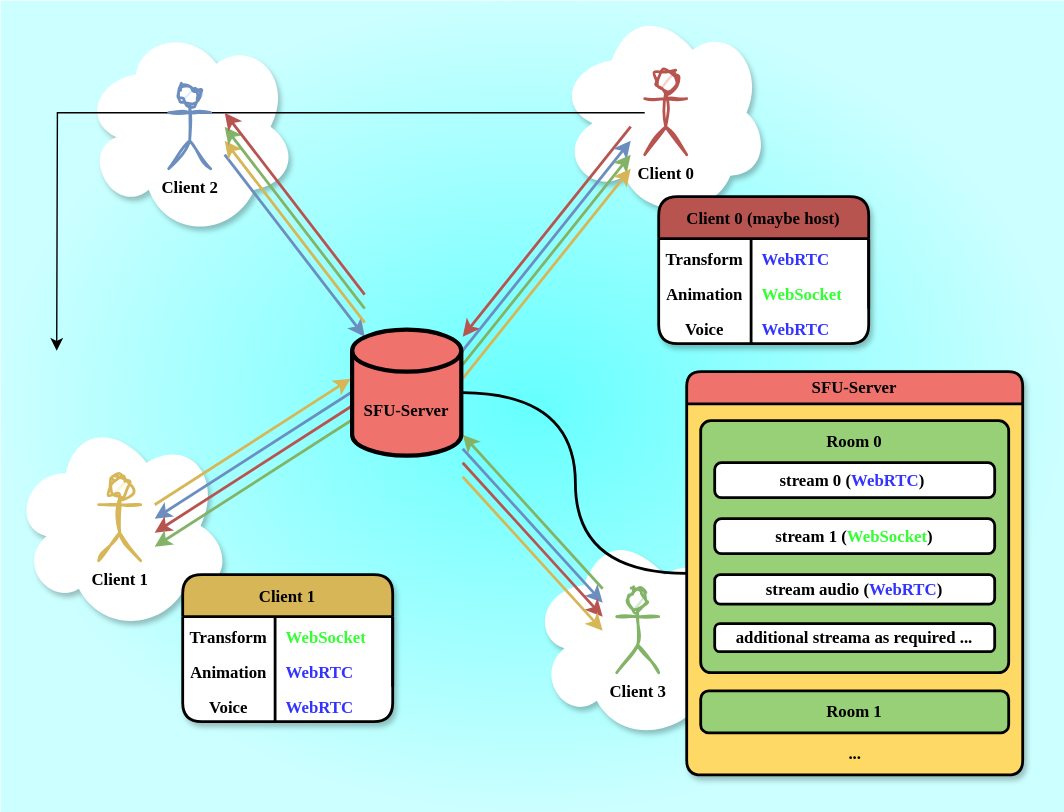
Above: media/graph.0.drawio.svg in TLabAltoh/rust-server-for-multiplayer (draw.io), before the change. Source tidied: cells renumbered, new cells last; positions are measured from the earlier drawing's top-left corner, leaving out a move shared by most shapes. Source of this version:
```xml
<mxGraphModel>
  <root>
    <mxCell id="0" />
    <mxCell id="1" parent="0" />
    <mxCell id="2" style="rounded=0;whiteSpace=wrap;html=1;arcSize=3;strokeColor=none;fillColor=#66FFFF;gradientColor=#CCFFFF;gradientDirection=radial;" parent="1" vertex="1">
      <mxGeometry width="760" height="580" as="geometry" />
    </mxCell>
    <mxCell id="3" style="ellipse;shape=cloud;whiteSpace=wrap;html=1;strokeColor=none;strokeWidth=2;sketch=1;curveFitting=1;jiggle=2;shadow=1;" parent="1" vertex="1">
      <mxGeometry x="378" y="380" width="154" height="150" as="geometry" />
    </mxCell>
    <mxCell id="4" style="ellipse;shape=cloud;whiteSpace=wrap;html=1;strokeColor=none;strokeWidth=2;sketch=1;curveFitting=1;jiggle=2;shadow=1;gradientColor=none;gradientDirection=radial;fillColor=default;" parent="1" vertex="1">
      <mxGeometry x="398" y="5" width="154" height="150" as="geometry" />
    </mxCell>
    <mxCell id="5" style="ellipse;shape=cloud;whiteSpace=wrap;html=1;strokeColor=none;strokeWidth=2;sketch=1;curveFitting=1;jiggle=2;shadow=1;" parent="1" vertex="1">
      <mxGeometry x="8" y="300" width="154" height="150" as="geometry" />
    </mxCell>
    <mxCell id="6" style="ellipse;shape=cloud;whiteSpace=wrap;html=1;strokeColor=none;strokeWidth=2;sketch=1;curveFitting=1;jiggle=2;shadow=1;" parent="1" vertex="1">
      <mxGeometry x="58" y="15" width="154" height="150" as="geometry" />
    </mxCell>
    <mxCell id="7" value="&lt;b&gt;&lt;font face=&quot;Comic Sans MS&quot;&gt;Client 1&lt;/font&gt;&lt;/b&gt;" style="shape=umlActor;verticalLabelPosition=bottom;verticalAlign=top;html=1;fillColor=#FFF2CC;strokeColor=#D6B656;strokeWidth=2;sketch=1;curveFitting=1;jiggle=2;" parent="1" vertex="1">
      <mxGeometry x="70" y="340" width="30" height="60" as="geometry" />
    </mxCell>
    <mxCell id="8" style="endArrow=classic;html=1;rounded=0;fillColor=#fff2cc;strokeColor=#d6b656;strokeWidth=2;" parent="1" edge="1">
      <mxGeometry relative="1" as="geometry">
        <mxPoint x="110" y="360" as="sourcePoint" />
        <mxPoint x="250" y="270" as="targetPoint" />
      </mxGeometry>
    </mxCell>
    <mxCell id="9" style="edgeStyle=orthogonalEdgeStyle;rounded=0;jettySize=auto;html=1;" parent="1" edge="1" source="10">
      <mxGeometry relative="1" as="geometry">
        <mxPoint x="40" y="250" as="targetPoint" />
      </mxGeometry>
    </mxCell>
    <mxCell id="10" value="&lt;b&gt;&lt;font face=&quot;Comic Sans MS&quot;&gt;Client 0&lt;/font&gt;&lt;/b&gt;" style="shape=umlActor;verticalLabelPosition=bottom;verticalAlign=top;html=1;outlineConnect=0;fillColor=#F8CECC;strokeColor=#B85450;strokeWidth=2;sketch=1;curveFitting=1;jiggle=2;perimeterSpacing=0;" parent="1" vertex="1">
      <mxGeometry x="460" y="50" width="30" height="60" as="geometry" />
    </mxCell>
    <mxCell id="11" style="endArrow=classic;html=1;rounded=0;fillColor=#f8cecc;strokeColor=#b85450;strokeWidth=2;" parent="1" edge="1">
      <mxGeometry relative="1" as="geometry">
        <mxPoint x="450" y="90" as="sourcePoint" />
        <mxPoint x="330" y="240" as="targetPoint" />
      </mxGeometry>
    </mxCell>
    <mxCell id="12" style="endArrow=classic;html=1;rounded=0;fillColor=#dae8fc;strokeColor=#6c8ebf;strokeWidth=2;" parent="1" edge="1">
      <mxGeometry relative="1" as="geometry">
        <mxPoint x="250" y="280" as="sourcePoint" />
        <mxPoint x="110" y="370" as="targetPoint" />
      </mxGeometry>
    </mxCell>
    <mxCell id="13" style="endArrow=classic;html=1;rounded=0;fillColor=#dae8fc;strokeColor=#6c8ebf;strokeWidth=2;" parent="1" edge="1">
      <mxGeometry relative="1" as="geometry">
        <mxPoint x="330" y="250" as="sourcePoint" />
        <mxPoint x="450" y="100" as="targetPoint" />
      </mxGeometry>
    </mxCell>
    <mxCell id="14" value="&lt;b&gt;&lt;font face=&quot;Comic Sans MS&quot;&gt;Client 2&lt;/font&gt;&lt;/b&gt;" style="shape=umlActor;verticalLabelPosition=bottom;verticalAlign=top;html=1;fillColor=#dae8fc;strokeColor=#6c8ebf;strokeWidth=2;sketch=1;curveFitting=1;jiggle=2;" parent="1" vertex="1">
      <mxGeometry x="120" y="60" width="30" height="60" as="geometry" />
    </mxCell>
    <mxCell id="15" style="endArrow=classic;html=1;rounded=0;fillColor=#dae8fc;strokeColor=#6c8ebf;strokeWidth=2;" parent="1" edge="1">
      <mxGeometry relative="1" as="geometry">
        <mxPoint x="160" y="110" as="sourcePoint" />
        <mxPoint x="260" y="240" as="targetPoint" />
      </mxGeometry>
    </mxCell>
    <mxCell id="16" style="endArrow=classic;html=1;rounded=0;fillColor=#fff2cc;strokeColor=#d6b656;strokeWidth=2;" parent="1" edge="1">
      <mxGeometry relative="1" as="geometry">
        <mxPoint x="260" y="230" as="sourcePoint" />
        <mxPoint x="160" y="100" as="targetPoint" />
      </mxGeometry>
    </mxCell>
    <mxCell id="17" style="endArrow=classic;html=1;rounded=0;fillColor=#f8cecc;strokeColor=#b85450;strokeWidth=2;" parent="1" edge="1">
      <mxGeometry relative="1" as="geometry">
        <mxPoint x="250" y="290" as="sourcePoint" />
        <mxPoint x="110" y="380" as="targetPoint" />
      </mxGeometry>
    </mxCell>
    <mxCell id="18" style="endArrow=classic;html=1;rounded=0;fillColor=#d5e8d4;strokeColor=#82b366;strokeWidth=2;" parent="1" edge="1">
      <mxGeometry relative="1" as="geometry">
        <mxPoint x="250" y="300" as="sourcePoint" />
        <mxPoint x="110" y="390" as="targetPoint" />
      </mxGeometry>
    </mxCell>
    <mxCell id="19" style="endArrow=classic;html=1;rounded=0;fillColor=#d5e8d4;strokeColor=#82b366;strokeWidth=2;" parent="1" edge="1">
      <mxGeometry relative="1" as="geometry">
        <mxPoint x="260" y="220" as="sourcePoint" />
        <mxPoint x="160" y="90" as="targetPoint" />
      </mxGeometry>
    </mxCell>
    <mxCell id="20" style="endArrow=classic;html=1;rounded=0;fillColor=#f8cecc;strokeColor=#b85450;strokeWidth=2;" parent="1" edge="1">
      <mxGeometry relative="1" as="geometry">
        <mxPoint x="260" y="210" as="sourcePoint" />
        <mxPoint x="160" y="80" as="targetPoint" />
      </mxGeometry>
    </mxCell>
    <mxCell id="21" style="endArrow=classic;html=1;rounded=0;fillColor=#d5e8d4;strokeColor=#82b366;strokeWidth=2;" parent="1" edge="1">
      <mxGeometry relative="1" as="geometry">
        <mxPoint x="330" y="260" as="sourcePoint" />
        <mxPoint x="450" y="110" as="targetPoint" />
      </mxGeometry>
    </mxCell>
    <mxCell id="22" style="endArrow=classic;html=1;rounded=0;fillColor=#fff2cc;strokeColor=#d6b656;strokeWidth=2;" parent="1" edge="1">
      <mxGeometry relative="1" as="geometry">
        <mxPoint x="330" y="270" as="sourcePoint" />
        <mxPoint x="450" y="120" as="targetPoint" />
      </mxGeometry>
    </mxCell>
    <mxCell id="23" value="&lt;b&gt;&lt;font face=&quot;Comic Sans MS&quot;&gt;Client 3&lt;/font&gt;&lt;/b&gt;" style="shape=umlActor;verticalLabelPosition=bottom;verticalAlign=top;html=1;fillColor=#d5e8d4;strokeColor=#82b366;strokeWidth=2;sketch=1;curveFitting=1;jiggle=2;" parent="1" vertex="1">
      <mxGeometry x="440" y="420" width="30" height="60" as="geometry" />
    </mxCell>
    <mxCell id="24" style="endArrow=classic;html=1;rounded=0;fillColor=#d5e8d4;strokeColor=#82b366;strokeWidth=2;" parent="1" edge="1">
      <mxGeometry relative="1" as="geometry">
        <mxPoint x="430" y="420" as="sourcePoint" />
        <mxPoint x="330" y="310" as="targetPoint" />
      </mxGeometry>
    </mxCell>
    <mxCell id="25" style="endArrow=classic;html=1;rounded=0;fillColor=#dae8fc;strokeColor=#6c8ebf;strokeWidth=2;" parent="1" edge="1">
      <mxGeometry relative="1" as="geometry">
        <mxPoint x="330" y="320" as="sourcePoint" />
        <mxPoint x="430" y="430" as="targetPoint" />
      </mxGeometry>
    </mxCell>
    <mxCell id="26" style="endArrow=classic;html=1;rounded=0;fillColor=#f8cecc;strokeColor=#b85450;strokeWidth=2;" parent="1" edge="1">
      <mxGeometry relative="1" as="geometry">
        <mxPoint x="330" y="330" as="sourcePoint" />
        <mxPoint x="430" y="440" as="targetPoint" />
      </mxGeometry>
    </mxCell>
    <mxCell id="27" style="endArrow=classic;html=1;rounded=0;fillColor=#fff2cc;strokeColor=#d6b656;strokeWidth=2;" parent="1" edge="1">
      <mxGeometry relative="1" as="geometry">
        <mxPoint x="330" y="340" as="sourcePoint" />
        <mxPoint x="430" y="450" as="targetPoint" />
      </mxGeometry>
    </mxCell>
    <mxCell id="28" value="Client 1" style="shape=table;startSize=30;rowLines=0;fontStyle=1;strokeColor=default;fontSize=12;strokeWidth=2;fontFamily=Comic Sans MS;rounded=1;shadow=1;swimlaneFillColor=default;fillColor=#D6B656;" parent="1" vertex="1">
      <mxGeometry x="130" y="410" width="150" height="105" as="geometry" />
    </mxCell>
    <mxCell id="29" style="shape=tableRow;horizontal=0;startSize=0;swimlaneHead=0;swimlaneBody=0;top=0;left=0;bottom=0;right=0;fillColor=none;strokeColor=inherit;fontSize=16;" parent="28" vertex="1">
      <mxGeometry y="30" width="150" height="25" as="geometry" />
    </mxCell>
    <mxCell id="30" value="&lt;font face=&quot;Comic Sans MS&quot; style=&quot;font-size: 12px;&quot;&gt;&lt;b&gt;Transform&lt;/b&gt;&lt;/font&gt;" style="shape=partialRectangle;html=1;whiteSpace=wrap;fillColor=none;top=0;left=0;bottom=0;right=0;overflow=hidden;strokeColor=inherit;fontSize=16;" parent="29" vertex="1">
      <mxGeometry width="66" height="25" as="geometry" />
    </mxCell>
    <mxCell id="31" value="&lt;font face=&quot;Comic Sans MS&quot; style=&quot;font-size: 12px;&quot; color=&quot;#33ff33&quot;&gt;&lt;b&gt;WebSocket&lt;/b&gt;&lt;/font&gt;" style="shape=partialRectangle;html=1;whiteSpace=wrap;fillColor=none;top=0;left=0;bottom=0;right=0;align=left;spacingLeft=6;overflow=hidden;strokeColor=inherit;fontSize=16;" parent="29" vertex="1">
      <mxGeometry x="66" width="84" height="25" as="geometry" />
    </mxCell>
    <mxCell id="32" style="shape=tableRow;horizontal=0;startSize=0;swimlaneHead=0;swimlaneBody=0;top=0;left=0;bottom=0;right=0;fillColor=none;strokeColor=inherit;fontSize=16;" parent="28" vertex="1">
      <mxGeometry y="55" width="150" height="25" as="geometry" />
    </mxCell>
    <mxCell id="33" value="&lt;font face=&quot;Comic Sans MS&quot; style=&quot;font-size: 12px;&quot;&gt;&lt;b&gt;Animation&lt;/b&gt;&lt;/font&gt;" style="shape=partialRectangle;html=1;whiteSpace=wrap;fillColor=none;top=0;left=0;bottom=0;right=0;overflow=hidden;strokeColor=inherit;fontSize=16;" parent="32" vertex="1">
      <mxGeometry width="66" height="25" as="geometry" />
    </mxCell>
    <mxCell id="34" value="&lt;font face=&quot;Comic Sans MS&quot; style=&quot;font-size: 12px;&quot; color=&quot;#3333ff&quot;&gt;&lt;b&gt;WebRTC&lt;/b&gt;&lt;/font&gt;" style="shape=partialRectangle;html=1;whiteSpace=wrap;fillColor=none;top=0;left=0;bottom=0;right=0;align=left;spacingLeft=6;overflow=hidden;strokeColor=inherit;fontSize=16;" parent="32" vertex="1">
      <mxGeometry x="66" width="84" height="25" as="geometry" />
    </mxCell>
    <mxCell id="35" style="shape=umlActor;verticalLabelPosition=bottom;verticalAlign=top;html=1;fillColor=#f8cecc;strokeColor=#b85450;" parent="32" vertex="1">
      <mxGeometry x="150" height="25" as="geometry" />
    </mxCell>
    <mxCell id="36" style="shape=tableRow;horizontal=0;startSize=0;swimlaneHead=0;swimlaneBody=0;top=0;left=0;bottom=0;right=0;fillColor=none;strokeColor=inherit;fontSize=16;" parent="28" vertex="1">
      <mxGeometry y="80" width="150" height="25" as="geometry" />
    </mxCell>
    <mxCell id="37" value="&lt;font face=&quot;Comic Sans MS&quot; style=&quot;font-size: 12px;&quot;&gt;&lt;b&gt;Voice&lt;/b&gt;&lt;/font&gt;" style="shape=partialRectangle;html=1;whiteSpace=wrap;fillColor=none;top=0;left=0;bottom=0;right=0;overflow=hidden;strokeColor=inherit;fontSize=16;" parent="36" vertex="1">
      <mxGeometry width="66" height="25" as="geometry" />
    </mxCell>
    <mxCell id="38" value="&lt;font face=&quot;Comic Sans MS&quot; style=&quot;font-size: 12px;&quot; color=&quot;#3333ff&quot;&gt;&lt;b&gt;WebRTC&lt;/b&gt;&lt;/font&gt;" style="shape=partialRectangle;html=1;whiteSpace=wrap;fillColor=none;top=0;left=0;bottom=0;right=0;align=left;spacingLeft=6;overflow=hidden;strokeColor=inherit;fontSize=16;" parent="36" vertex="1">
      <mxGeometry x="66" width="84" height="25" as="geometry" />
    </mxCell>
    <mxCell id="39" style="endArrow=none;html=1;rounded=0;strokeWidth=2;edgeStyle=orthogonalEdgeStyle;curved=1;entryX=0;entryY=0.5;entryDx=0;entryDy=0;" parent="1" edge="1" target="51">
      <mxGeometry relative="1" as="geometry">
        <mxPoint x="330" y="280" as="sourcePoint" />
      </mxGeometry>
    </mxCell>
    <mxCell id="40" value="Client 0 (maybe host)" style="shape=table;startSize=30;rowLines=0;fontStyle=1;strokeColor=default;fontSize=12;strokeWidth=2;fontFamily=Comic Sans MS;rounded=1;shadow=1;swimlaneFillColor=default;fillColor=#B85450;" parent="1" vertex="1">
      <mxGeometry x="470" y="140" width="150" height="105" as="geometry" />
    </mxCell>
    <mxCell id="41" style="shape=tableRow;horizontal=0;startSize=0;swimlaneHead=0;swimlaneBody=0;top=0;left=0;bottom=0;right=0;fillColor=none;strokeColor=inherit;fontSize=16;" parent="40" vertex="1">
      <mxGeometry y="30" width="150" height="25" as="geometry" />
    </mxCell>
    <mxCell id="42" value="&lt;font face=&quot;Comic Sans MS&quot; style=&quot;font-size: 12px;&quot;&gt;&lt;b&gt;Transform&lt;/b&gt;&lt;/font&gt;" style="shape=partialRectangle;html=1;whiteSpace=wrap;fillColor=none;top=0;left=0;bottom=0;right=0;overflow=hidden;strokeColor=inherit;fontSize=16;" parent="41" vertex="1">
      <mxGeometry width="66" height="25" as="geometry" />
    </mxCell>
    <mxCell id="43" value="&lt;b style=&quot;color: rgb(51, 51, 255); font-family: &amp;quot;Comic Sans MS&amp;quot;; font-size: 12px;&quot;&gt;WebRTC&lt;/b&gt;" style="shape=partialRectangle;html=1;whiteSpace=wrap;fillColor=none;top=0;left=0;bottom=0;right=0;align=left;spacingLeft=6;overflow=hidden;strokeColor=inherit;fontSize=16;" parent="41" vertex="1">
      <mxGeometry x="66" width="84" height="25" as="geometry" />
    </mxCell>
    <mxCell id="44" style="shape=tableRow;horizontal=0;startSize=0;swimlaneHead=0;swimlaneBody=0;top=0;left=0;bottom=0;right=0;fillColor=none;strokeColor=inherit;fontSize=16;" parent="40" vertex="1">
      <mxGeometry y="55" width="150" height="25" as="geometry" />
    </mxCell>
    <mxCell id="45" value="&lt;font face=&quot;Comic Sans MS&quot; style=&quot;font-size: 12px;&quot;&gt;&lt;b&gt;Animation&lt;/b&gt;&lt;/font&gt;" style="shape=partialRectangle;html=1;whiteSpace=wrap;fillColor=none;top=0;left=0;bottom=0;right=0;overflow=hidden;strokeColor=inherit;fontSize=16;" parent="44" vertex="1">
      <mxGeometry width="66" height="25" as="geometry" />
    </mxCell>
    <mxCell id="46" value="&lt;b style=&quot;color: rgb(51, 255, 51); font-family: &amp;quot;Comic Sans MS&amp;quot;; font-size: 12px;&quot;&gt;WebSocket&lt;/b&gt;" style="shape=partialRectangle;html=1;whiteSpace=wrap;fillColor=none;top=0;left=0;bottom=0;right=0;align=left;spacingLeft=6;overflow=hidden;strokeColor=inherit;fontSize=16;" parent="44" vertex="1">
      <mxGeometry x="66" width="84" height="25" as="geometry" />
    </mxCell>
    <mxCell id="47" style="shape=umlActor;verticalLabelPosition=bottom;verticalAlign=top;html=1;fillColor=#f8cecc;strokeColor=#b85450;" parent="44" vertex="1">
      <mxGeometry x="150" height="25" as="geometry" />
    </mxCell>
    <mxCell id="48" style="shape=tableRow;horizontal=0;startSize=0;swimlaneHead=0;swimlaneBody=0;top=0;left=0;bottom=0;right=0;fillColor=none;strokeColor=inherit;fontSize=16;" parent="40" vertex="1">
      <mxGeometry y="80" width="150" height="25" as="geometry" />
    </mxCell>
    <mxCell id="49" value="&lt;font face=&quot;Comic Sans MS&quot; style=&quot;font-size: 12px;&quot;&gt;&lt;b&gt;Voice&lt;/b&gt;&lt;/font&gt;" style="shape=partialRectangle;html=1;whiteSpace=wrap;fillColor=none;top=0;left=0;bottom=0;right=0;overflow=hidden;strokeColor=inherit;fontSize=16;" parent="48" vertex="1">
      <mxGeometry width="66" height="25" as="geometry" />
    </mxCell>
    <mxCell id="50" value="&lt;font face=&quot;Comic Sans MS&quot; style=&quot;font-size: 12px;&quot; color=&quot;#3333ff&quot;&gt;&lt;b&gt;WebRTC&lt;/b&gt;&lt;/font&gt;" style="shape=partialRectangle;html=1;whiteSpace=wrap;fillColor=none;top=0;left=0;bottom=0;right=0;align=left;spacingLeft=6;overflow=hidden;strokeColor=inherit;fontSize=16;" parent="48" vertex="1">
      <mxGeometry x="66" width="84" height="25" as="geometry" />
    </mxCell>
    <mxCell id="51" value="&lt;font face=&quot;Comic Sans MS&quot;&gt;SFU-Server&lt;/font&gt;" style="swimlane;whiteSpace=wrap;html=1;strokeWidth=2;rounded=1;shadow=1;swimlaneFillColor=#FFD966;fillColor=#EF726C;" parent="1" vertex="1">
      <mxGeometry x="490" y="265" width="240" height="288" as="geometry" />
    </mxCell>
    <mxCell id="52" value="&lt;b&gt;&lt;font face=&quot;Comic Sans MS&quot;&gt;...&lt;/font&gt;&lt;/b&gt;" style="text;html=1;align=center;verticalAlign=middle;strokeColor=none;fillColor=none;" parent="51" vertex="1">
      <mxGeometry x="100" y="258" width="40" height="30" as="geometry" />
    </mxCell>
    <mxCell id="53" value="&lt;b style=&quot;font-family: &amp;quot;Comic Sans MS&amp;quot;;&quot;&gt;Room 1&lt;/b&gt;" style="rounded=1;whiteSpace=wrap;html=1;strokeWidth=2;arcSize=19;fillColor=#97D077;" parent="51" vertex="1">
      <mxGeometry x="10" y="228" width="220" height="30" as="geometry" />
    </mxCell>
    <mxCell id="54" style="rounded=1;whiteSpace=wrap;html=1;strokeWidth=2;arcSize=4;shadow=0;glass=0;fillColor=#97D077;" parent="51" vertex="1">
      <mxGeometry x="10" y="35" width="220" height="180" as="geometry" />
    </mxCell>
    <mxCell id="55" value="&lt;b style=&quot;font-family: &amp;quot;Comic Sans MS&amp;quot;;&quot;&gt;Room 0&lt;/b&gt;" style="text;html=1;align=center;verticalAlign=middle;whiteSpace=wrap;rounded=0;" parent="51" vertex="1">
      <mxGeometry x="90" y="35" width="60" height="30" as="geometry" />
    </mxCell>
    <mxCell id="56" value="&lt;b style=&quot;text-wrap: nowrap;&quot;&gt;&lt;font face=&quot;Comic Sans MS&quot;&gt;stream 0 (&lt;font style=&quot;color: rgb(51, 51, 255);&quot;&gt;WebRTC&lt;/font&gt;)&amp;nbsp;&lt;/font&gt;&lt;/b&gt;" style="rounded=1;whiteSpace=wrap;html=1;strokeWidth=2;arcSize=19;" parent="51" vertex="1">
      <mxGeometry x="20" y="65" width="200" height="25" as="geometry" />
    </mxCell>
    <mxCell id="57" value="&lt;b style=&quot;text-wrap: nowrap;&quot;&gt;&lt;font face=&quot;Comic Sans MS&quot;&gt;stream 1 (&lt;font style=&quot;color: rgb(51, 255, 51);&quot;&gt;WebSocket&lt;/font&gt;)&lt;/font&gt;&lt;/b&gt;" style="rounded=1;whiteSpace=wrap;html=1;strokeWidth=2;arcSize=19;" parent="51" vertex="1">
      <mxGeometry x="20" y="105" width="200" height="25" as="geometry" />
    </mxCell>
    <mxCell id="58" value="&lt;span style=&quot;font-family: &amp;quot;Comic Sans MS&amp;quot;; font-weight: 700; text-wrap: nowrap;&quot;&gt;additional streama as required ...&lt;/span&gt;" style="rounded=1;whiteSpace=wrap;html=1;strokeWidth=2;arcSize=19;" parent="51" vertex="1">
      <mxGeometry x="20" y="180" width="200" height="20" as="geometry" />
    </mxCell>
    <mxCell id="59" value="&lt;b style=&quot;font-family: &amp;quot;Comic Sans MS&amp;quot;; text-wrap: nowrap;&quot;&gt;stream&amp;nbsp;&lt;/b&gt;&lt;b style=&quot;font-family: &amp;quot;Comic Sans MS&amp;quot;; text-wrap: nowrap;&quot;&gt;audio&lt;/b&gt;&lt;b style=&quot;font-family: &amp;quot;Comic Sans MS&amp;quot;; text-wrap: nowrap;&quot;&gt;&amp;nbsp;(&lt;/b&gt;&lt;b style=&quot;font-family: &amp;quot;Comic Sans MS&amp;quot;; text-wrap: nowrap;&quot;&gt;&lt;font style=&quot;color: rgb(51, 51, 255);&quot;&gt;WebRTC&lt;/font&gt;)&lt;/b&gt;" style="rounded=1;whiteSpace=wrap;html=1;strokeWidth=2;arcSize=19;" parent="51" vertex="1">
      <mxGeometry x="20" y="145" width="200" height="21" as="geometry" />
    </mxCell>
    <mxCell id="60" value="&lt;b&gt;&lt;font face=&quot;Comic Sans MS&quot;&gt;SFU-Server&lt;/font&gt;&lt;/b&gt;" style="shape=cylinder3;whiteSpace=wrap;html=1;boundedLbl=1;backgroundOutline=1;size=15;strokeWidth=3;fillColor=#EF726C;" parent="1" vertex="1">
      <mxGeometry x="251" y="235" width="78" height="90" as="geometry" />
    </mxCell>
  </root>
</mxGraphModel>
```
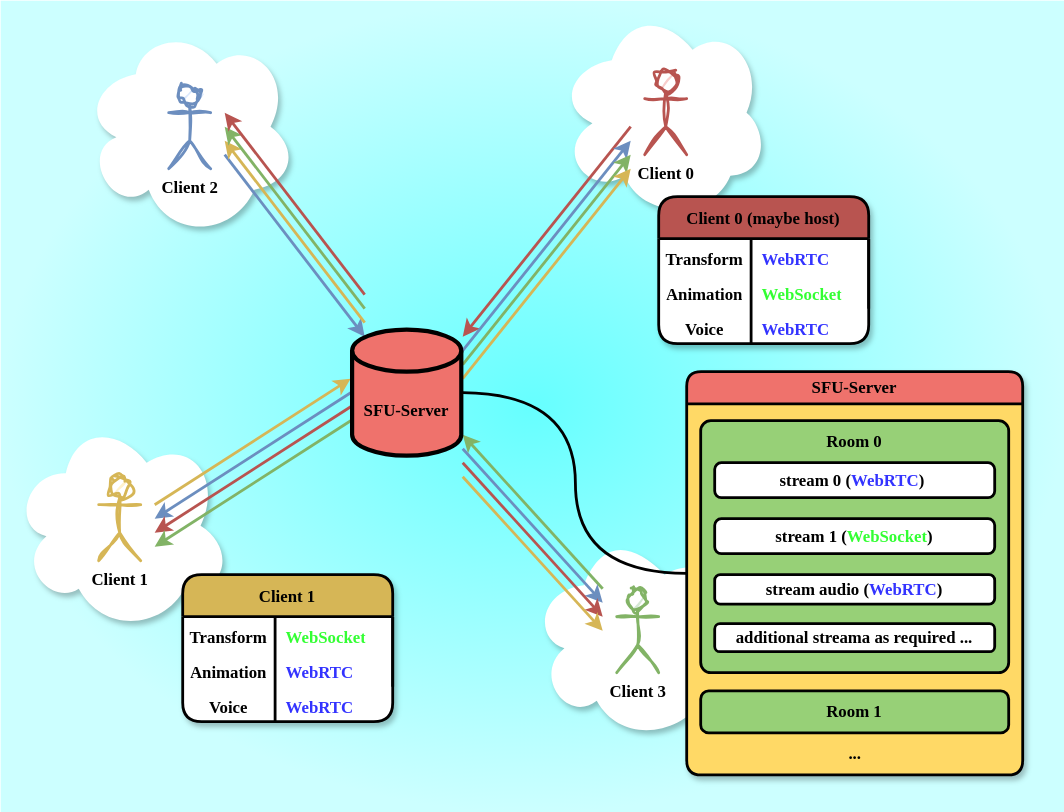
The same diagram one commit later.

The edit, as a diff of the source:
```diff
@@ -26,11 +26,6 @@
         <mxPoint x="250" y="270" as="targetPoint" />
       </mxGeometry>
     </mxCell>
-    <mxCell id="9" style="edgeStyle=orthogonalEdgeStyle;rounded=0;jettySize=auto;html=1;" parent="1" edge="1" source="10">
-      <mxGeometry relative="1" as="geometry">
-        <mxPoint x="40" y="250" as="targetPoint" />
-      </mxGeometry>
-    </mxCell>
     <mxCell id="10" value="&lt;b&gt;&lt;font face=&quot;Comic Sans MS&quot;&gt;Client 0&lt;/font&gt;&lt;/b&gt;" style="shape=umlActor;verticalLabelPosition=bottom;verticalAlign=top;html=1;outlineConnect=0;fillColor=#F8CECC;strokeColor=#B85450;strokeWidth=2;sketch=1;curveFitting=1;jiggle=2;perimeterSpacing=0;" parent="1" vertex="1">
       <mxGeometry x="460" y="50" width="30" height="60" as="geometry" />
     </mxCell>
```
